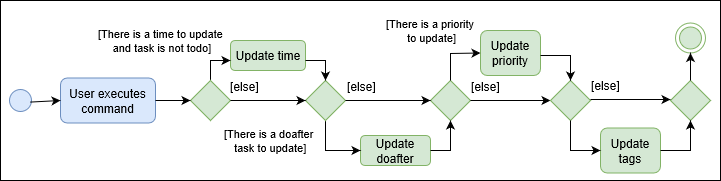
This is docs/images/updateCommandActivity.png from nusCS2113-AY1920S1/PersonalAssistant-Duke, a draw.io export, as it was before one commit. Source tidied: cells renumbered, new cells last; positions are measured from the earlier drawing's top-left corner, leaving out a move shared by most shapes. Its diagram source:
```xml
<mxGraphModel>
  <root>
    <mxCell id="0" />
    <mxCell id="1" parent="0" />
    <mxCell id="2" style="rounded=0;whiteSpace=wrap;html=1;" parent="1" vertex="1">
      <mxGeometry width="720" height="180" as="geometry" />
    </mxCell>
    <mxCell id="3" style="ellipse;html=1;shape=startState;fillColor=#dae8fc;strokeColor=#6c8ebf;rounded=0;" parent="1" vertex="1">
      <mxGeometry x="5" y="85" width="30" height="30" as="geometry" />
    </mxCell>
    <mxCell id="4" value="User executes command" style="rounded=1;whiteSpace=wrap;html=1;strokeColor=#6c8ebf;fillColor=#dae8fc;" parent="1" vertex="1">
      <mxGeometry x="60" y="77.5" width="95" height="45" as="geometry" />
    </mxCell>
    <mxCell id="5" value="Update time" style="rounded=1;whiteSpace=wrap;html=1;strokeColor=#82b366;fillColor=#d5e8d4;" parent="1" vertex="1">
      <mxGeometry x="230" y="40" width="75" height="30" as="geometry" />
    </mxCell>
    <mxCell id="6" style="rhombus;whiteSpace=wrap;html=1;rounded=0;strokeColor=#82b366;fillColor=#d5e8d4;" parent="1" vertex="1">
      <mxGeometry x="430" y="80" width="40" height="40" as="geometry" />
    </mxCell>
    <mxCell id="7" value="[There is a time to update&lt;br&gt;&amp;nbsp;and task is not todo]" style="endArrow=classic;html=1;strokeColor=#000000;rounded=0;exitX=0.5;exitY=0;exitDx=0;exitDy=0;" parent="1" edge="1" source="17">
      <mxGeometry y="54" relative="1" as="geometry">
        <mxPoint x="230" y="60" as="targetPoint" />
        <Array as="points">
          <mxPoint x="210" y="60" />
        </Array>
        <mxPoint x="-50" y="34" as="offset" />
      </mxGeometry>
    </mxCell>
    <mxCell id="8" value="Update doafter" style="rounded=1;whiteSpace=wrap;html=1;strokeColor=#82b366;fillColor=#d5e8d4;" parent="1" vertex="1">
      <mxGeometry x="360" y="135" width="70" height="30" as="geometry" />
    </mxCell>
    <mxCell id="9" value="[There is a doafter&amp;nbsp;&lt;br&gt;task to update]" style="endArrow=classic;html=1;strokeColor=#000000;entryX=0;entryY=0.5;entryDx=0;entryDy=0;rounded=0;exitX=0.5;exitY=1;exitDx=0;exitDy=0;" parent="1" edge="1" source="19" target="8">
      <mxGeometry x="-0.38" y="-55" relative="1" as="geometry">
        <Array as="points">
          <mxPoint x="325" y="150" />
        </Array>
      </mxGeometry>
    </mxCell>
    <mxCell id="10" style="endArrow=classic;html=1;strokeColor=#000000;exitX=1;exitY=0.5;exitDx=0;exitDy=0;" parent="1" edge="1" source="6">
      <mxGeometry relative="1" as="geometry">
        <mxPoint x="550" y="100" as="targetPoint" />
      </mxGeometry>
    </mxCell>
    <mxCell id="11" value="[else]" style="text;html=1;align=center;verticalAlign=middle;labelBackgroundColor=#ffffff;" parent="10" vertex="1">
      <mxGeometry x="-0.76" y="3" relative="1" as="geometry">
        <mxPoint x="5.5" y="-11.5" as="offset" />
      </mxGeometry>
    </mxCell>
    <mxCell id="12" style="endArrow=classic;html=1;strokeColor=#000000;exitX=1;exitY=0.5;exitDx=0;exitDy=0;rounded=0;entryX=0.5;entryY=1;entryDx=0;entryDy=0;" parent="1" edge="1" source="8" target="6">
      <mxGeometry relative="1" as="geometry">
        <Array as="points">
          <mxPoint x="450" y="150" />
        </Array>
      </mxGeometry>
    </mxCell>
    <mxCell id="13" value="Update priority" style="rounded=1;whiteSpace=wrap;html=1;strokeColor=#82b366;fillColor=#d5e8d4;" parent="1" vertex="1">
      <mxGeometry x="480" y="30" width="60" height="45" as="geometry" />
    </mxCell>
    <mxCell id="14" style="rhombus;whiteSpace=wrap;html=1;rounded=0;strokeColor=#82b366;fillColor=#d5e8d4;" parent="1" vertex="1">
      <mxGeometry x="550" y="80" width="40" height="40" as="geometry" />
    </mxCell>
    <mxCell id="15" style="ellipse;html=1;shape=endState;fillColor=#d5e8d4;strokeColor=#82b366;" parent="1" vertex="1">
      <mxGeometry x="675" y="22.5" width="30" height="30" as="geometry" />
    </mxCell>
    <mxCell id="16" style="endArrow=classic;html=1;strokeColor=#000000;exitX=0.82;exitY=0.553;exitDx=0;exitDy=0;exitPerimeter=0;entryX=0;entryY=0.5;entryDx=0;entryDy=0;" parent="1" edge="1" source="3" target="4">
      <mxGeometry relative="1" as="geometry" />
    </mxCell>
    <mxCell id="17" style="rhombus;whiteSpace=wrap;html=1;rounded=0;strokeColor=#82b366;fillColor=#d5e8d4;" parent="1" vertex="1">
      <mxGeometry x="190" y="80" width="40" height="40" as="geometry" />
    </mxCell>
    <mxCell id="18" style="endArrow=classic;html=1;strokeColor=#000000;exitX=1;exitY=0.5;exitDx=0;exitDy=0;" parent="1" edge="1" source="4" target="17">
      <mxGeometry relative="1" as="geometry" />
    </mxCell>
    <mxCell id="19" style="rhombus;whiteSpace=wrap;html=1;rounded=0;strokeColor=#82b366;fillColor=#d5e8d4;" parent="1" vertex="1">
      <mxGeometry x="305" y="80" width="40" height="40" as="geometry" />
    </mxCell>
    <mxCell id="20" style="endArrow=classic;html=1;strokeColor=#000000;entryX=0.5;entryY=0;entryDx=0;entryDy=0;rounded=0;" parent="1" edge="1" target="19">
      <mxGeometry relative="1" as="geometry">
        <mxPoint x="305" y="60" as="sourcePoint" />
        <Array as="points">
          <mxPoint x="325" y="60" />
        </Array>
      </mxGeometry>
    </mxCell>
    <mxCell id="21" style="endArrow=classic;html=1;strokeColor=#000000;exitX=1;exitY=0.5;exitDx=0;exitDy=0;entryX=0;entryY=0.5;entryDx=0;entryDy=0;" parent="1" edge="1" target="19">
      <mxGeometry relative="1" as="geometry">
        <mxPoint x="230" y="100" as="sourcePoint" />
      </mxGeometry>
    </mxCell>
    <mxCell id="22" value="[else]" style="text;html=1;align=center;verticalAlign=middle;labelBackgroundColor=#ffffff;" parent="21" vertex="1">
      <mxGeometry x="-0.76" y="3" relative="1" as="geometry">
        <mxPoint x="5.5" y="-11.5" as="offset" />
      </mxGeometry>
    </mxCell>
    <mxCell id="23" style="endArrow=classic;html=1;strokeColor=#000000;exitX=1;exitY=0.5;exitDx=0;exitDy=0;" parent="1" edge="1">
      <mxGeometry relative="1" as="geometry">
        <mxPoint x="345" y="100" as="sourcePoint" />
        <mxPoint x="430" y="100" as="targetPoint" />
      </mxGeometry>
    </mxCell>
    <mxCell id="24" value="[else]" style="text;html=1;align=center;verticalAlign=middle;labelBackgroundColor=#ffffff;" parent="23" vertex="1">
      <mxGeometry x="-0.76" y="3" relative="1" as="geometry">
        <mxPoint x="5.5" y="-11.5" as="offset" />
      </mxGeometry>
    </mxCell>
    <mxCell id="25" value="[There is a priority&lt;br&gt;&amp;nbsp;to update]" style="endArrow=classic;html=1;strokeColor=#000000;entryX=0;entryY=0.5;entryDx=0;entryDy=0;exitX=0.5;exitY=0;exitDx=0;exitDy=0;rounded=0;" parent="1" edge="1" source="6" target="13">
      <mxGeometry x="-0.05" y="30" relative="1" as="geometry">
        <Array as="points">
          <mxPoint x="450" y="53" />
        </Array>
        <mxPoint x="-20" y="7" as="offset" />
      </mxGeometry>
    </mxCell>
    <mxCell id="26" style="endArrow=classic;html=1;strokeColor=#000000;entryX=0.5;entryY=0;entryDx=0;entryDy=0;rounded=0;" parent="1" edge="1" target="14">
      <mxGeometry relative="1" as="geometry">
        <mxPoint x="540" y="55" as="sourcePoint" />
        <Array as="points">
          <mxPoint x="570" y="55" />
        </Array>
      </mxGeometry>
    </mxCell>
    <mxCell id="27" style="rhombus;whiteSpace=wrap;html=1;rounded=0;strokeColor=#82b366;fillColor=#d5e8d4;" parent="1" vertex="1">
      <mxGeometry x="670" y="80" width="40" height="40" as="geometry" />
    </mxCell>
    <mxCell id="28" style="endArrow=classic;html=1;strokeColor=#000000;exitX=1;exitY=0.5;exitDx=0;exitDy=0;" parent="1" edge="1">
      <mxGeometry relative="1" as="geometry">
        <mxPoint x="590" y="99" as="sourcePoint" />
        <mxPoint x="670" y="99" as="targetPoint" />
      </mxGeometry>
    </mxCell>
    <mxCell id="29" value="[else]" style="text;html=1;align=center;verticalAlign=middle;labelBackgroundColor=#ffffff;" parent="28" vertex="1">
      <mxGeometry x="-0.76" y="3" relative="1" as="geometry">
        <mxPoint x="5.5" y="-11.5" as="offset" />
      </mxGeometry>
    </mxCell>
    <mxCell id="30" value="Update tags" style="rounded=1;whiteSpace=wrap;html=1;strokeColor=#82b366;fillColor=#d5e8d4;" parent="1" vertex="1">
      <mxGeometry x="600" y="127.5" width="60" height="45" as="geometry" />
    </mxCell>
    <mxCell id="31" style="endArrow=classic;html=1;strokeColor=#000000;exitX=0.5;exitY=1;exitDx=0;exitDy=0;entryX=0;entryY=0.5;entryDx=0;entryDy=0;rounded=0;" parent="1" edge="1" source="14" target="30">
      <mxGeometry relative="1" as="geometry">
        <Array as="points">
          <mxPoint x="570" y="150" />
        </Array>
      </mxGeometry>
    </mxCell>
    <mxCell id="32" style="endArrow=classic;html=1;strokeColor=#000000;exitX=1;exitY=0.5;exitDx=0;exitDy=0;entryX=0.5;entryY=1;entryDx=0;entryDy=0;rounded=0;" parent="1" edge="1" source="30" target="27">
      <mxGeometry relative="1" as="geometry">
        <Array as="points">
          <mxPoint x="690" y="150" />
        </Array>
      </mxGeometry>
    </mxCell>
    <mxCell id="33" style="endArrow=classic;html=1;strokeColor=#000000;exitX=0.5;exitY=0;exitDx=0;exitDy=0;entryX=0.5;entryY=1;entryDx=0;entryDy=0;" parent="1" edge="1" source="27" target="15">
      <mxGeometry relative="1" as="geometry" />
    </mxCell>
  </root>
</mxGraphModel>
```
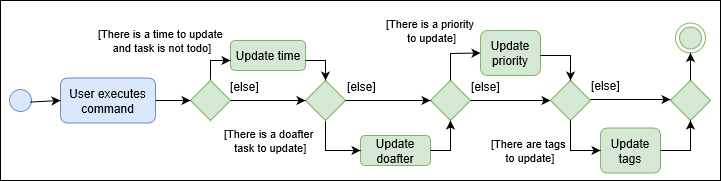
Above is the later version.

The edit, as a diff of the source:
```diff
@@ -136,11 +136,12 @@
     <mxCell id="30" value="Update tags" style="rounded=1;whiteSpace=wrap;html=1;strokeColor=#82b366;fillColor=#d5e8d4;" parent="1" vertex="1">
       <mxGeometry x="600" y="127.5" width="60" height="45" as="geometry" />
     </mxCell>
-    <mxCell id="31" style="endArrow=classic;html=1;strokeColor=#000000;exitX=0.5;exitY=1;exitDx=0;exitDy=0;entryX=0;entryY=0.5;entryDx=0;entryDy=0;rounded=0;" parent="1" edge="1" source="14" target="30">
-      <mxGeometry relative="1" as="geometry">
+    <mxCell id="31" value="[There are tags&amp;nbsp;&lt;br&gt;to update]" style="endArrow=classic;html=1;strokeColor=#000000;exitX=0.5;exitY=1;exitDx=0;exitDy=0;entryX=0;entryY=0.5;entryDx=0;entryDy=0;rounded=0;" parent="1" edge="1" source="14" target="30">
+      <mxGeometry y="-40" relative="1" as="geometry">
         <Array as="points">
           <mxPoint x="570" y="150" />
         </Array>
+        <mxPoint x="-40" y="-40" as="offset" />
       </mxGeometry>
     </mxCell>
     <mxCell id="32" style="endArrow=classic;html=1;strokeColor=#000000;exitX=1;exitY=0.5;exitDx=0;exitDy=0;entryX=0.5;entryY=1;entryDx=0;entryDy=0;rounded=0;" parent="1" edge="1" source="30" target="27">
```
